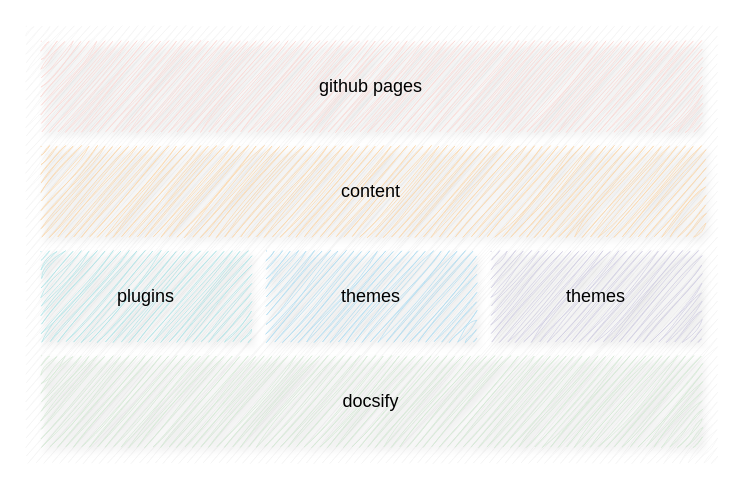
Earlier version of the draw.io diagram docs/about/pics/TestDrawIo2.drawio (ganchuanman/ganchuanman.github.io). Source tidied: cells renumbered, new cells numbered last; positions are measured from the earlier drawing's top-left corner, leaving out a move shared by most shapes. Both pictures are drawn from the tidied source at 150%, with x=0, y=0 at pixel (26, 26).
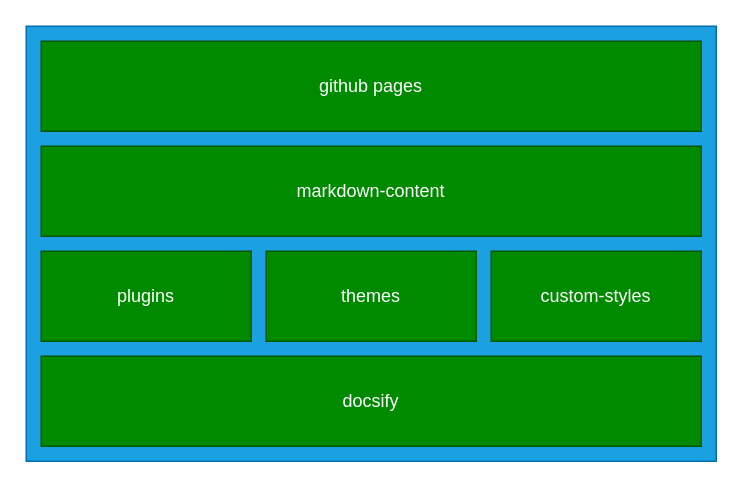
The same page after the edit.

Change to the diagram source:
```diff
@@
 <mxGraphModel>
   <root>
     <mxCell id="0" />
     <mxCell id="1" parent="0" />
-    <mxCell id="2" style="rounded=0;whiteSpace=wrap;html=1;fillColor=#f5f5f5;strokeColor=none;fontColor=#333333;sketch=1;curveFitting=1;jiggle=2;" parent="1" vertex="1">
+    <mxCell id="2" style="rounded=0;whiteSpace=wrap;html=1;fillColor=#1ba1e2;strokeColor=#006EAF;fontColor=#ffffff;shadow=0;" parent="1" vertex="1">
       <mxGeometry width="460" height="290" as="geometry" />
     </mxCell>
-    <mxCell id="3" value="docsify" style="rounded=0;whiteSpace=wrap;html=1;fillColor=#d5e8d4;strokeColor=none;sketch=1;curveFitting=1;jiggle=2;shadow=1;glass=0;" parent="1" vertex="1">
+    <mxCell id="3" value="docsify" style="rounded=0;whiteSpace=wrap;html=1;fillColor=#008a00;strokeColor=#005700;shadow=0;glass=0;fontColor=#ffffff;" parent="1" vertex="1">
       <mxGeometry x="10" y="220" width="440" height="60" as="geometry" />
     </mxCell>
-    <mxCell id="4" value="plugins" style="rounded=0;whiteSpace=wrap;html=1;fillColor=#b0e3e6;strokeColor=none;sketch=1;curveFitting=1;jiggle=2;shadow=1;glass=0;" parent="1" vertex="1">
+    <mxCell id="4" value="plugins" style="rounded=0;whiteSpace=wrap;html=1;fillColor=#008a00;strokeColor=#005700;shadow=0;glass=0;fontColor=#ffffff;" parent="1" vertex="1">
       <mxGeometry x="10" y="150" width="140" height="60" as="geometry" />
     </mxCell>
-    <mxCell id="5" value="themes" style="rounded=0;whiteSpace=wrap;html=1;fillColor=#b1ddf0;strokeColor=none;sketch=1;curveFitting=1;jiggle=2;shadow=1;glass=0;" parent="1" vertex="1">
+    <mxCell id="5" value="themes" style="rounded=0;whiteSpace=wrap;html=1;fillColor=#008a00;strokeColor=#005700;shadow=0;glass=0;fontColor=#ffffff;" parent="1" vertex="1">
       <mxGeometry x="160" y="150" width="140" height="60" as="geometry" />
     </mxCell>
-    <mxCell id="6" value="themes" style="rounded=0;whiteSpace=wrap;html=1;fillColor=#d0cee2;strokeColor=none;sketch=1;curveFitting=1;jiggle=2;shadow=1;glass=0;" parent="1" vertex="1">
+    <mxCell id="6" value="custom-styles" style="rounded=0;whiteSpace=wrap;html=1;fillColor=#008a00;strokeColor=#005700;shadow=0;glass=0;fontColor=#ffffff;" parent="1" vertex="1">
       <mxGeometry x="310" y="150" width="140" height="60" as="geometry" />
     </mxCell>
-    <mxCell id="7" value="content" style="rounded=0;whiteSpace=wrap;html=1;fillColor=#fad7ac;strokeColor=none;sketch=1;curveFitting=1;jiggle=2;shadow=1;glass=0;" parent="1" vertex="1">
+    <mxCell id="7" value="markdown-content" style="rounded=0;whiteSpace=wrap;html=1;fillColor=#008a00;strokeColor=#005700;shadow=0;glass=0;fontColor=#ffffff;" parent="1" vertex="1">
       <mxGeometry x="10" y="80" width="440" height="60" as="geometry" />
     </mxCell>
-    <mxCell id="8" value="github pages" style="rounded=0;whiteSpace=wrap;html=1;fillColor=#fad9d5;strokeColor=none;sketch=1;curveFitting=1;jiggle=2;shadow=1;glass=0;" parent="1" vertex="1">
+    <mxCell id="8" value="github pages" style="rounded=0;whiteSpace=wrap;html=1;fillColor=#008a00;strokeColor=#005700;shadow=0;glass=0;fontColor=#ffffff;" parent="1" vertex="1">
       <mxGeometry x="10" y="10" width="440" height="60" as="geometry" />
     </mxCell>
   </root>
 </mxGraphModel>
```
